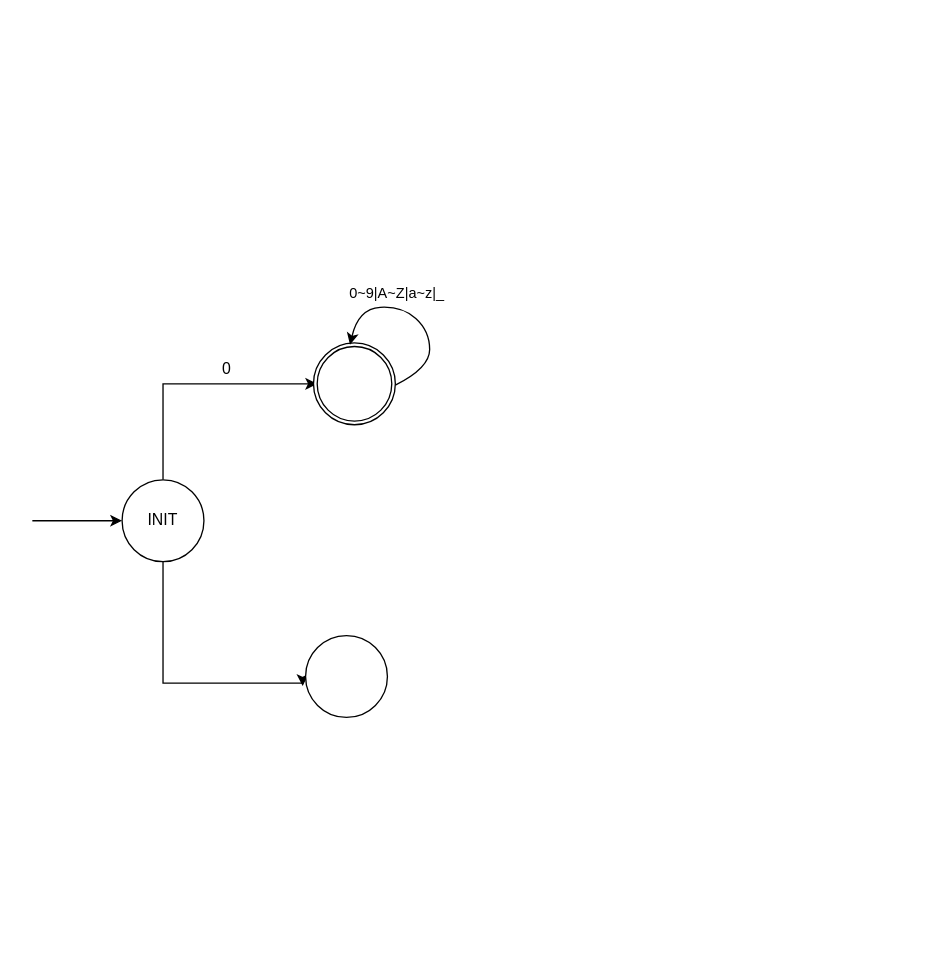
This is 整数和浮点数.drawio from ZYNsama666/BackUp, a draw.io file, before an edit. Source tidied: cells renumbered, new cells numbered last; positions are measured from the earlier drawing's top-left corner, leaving out a move shared by most shapes. Both pictures are drawn from the tidied source at 132%, with x=0, y=0 at pixel (32, 305).
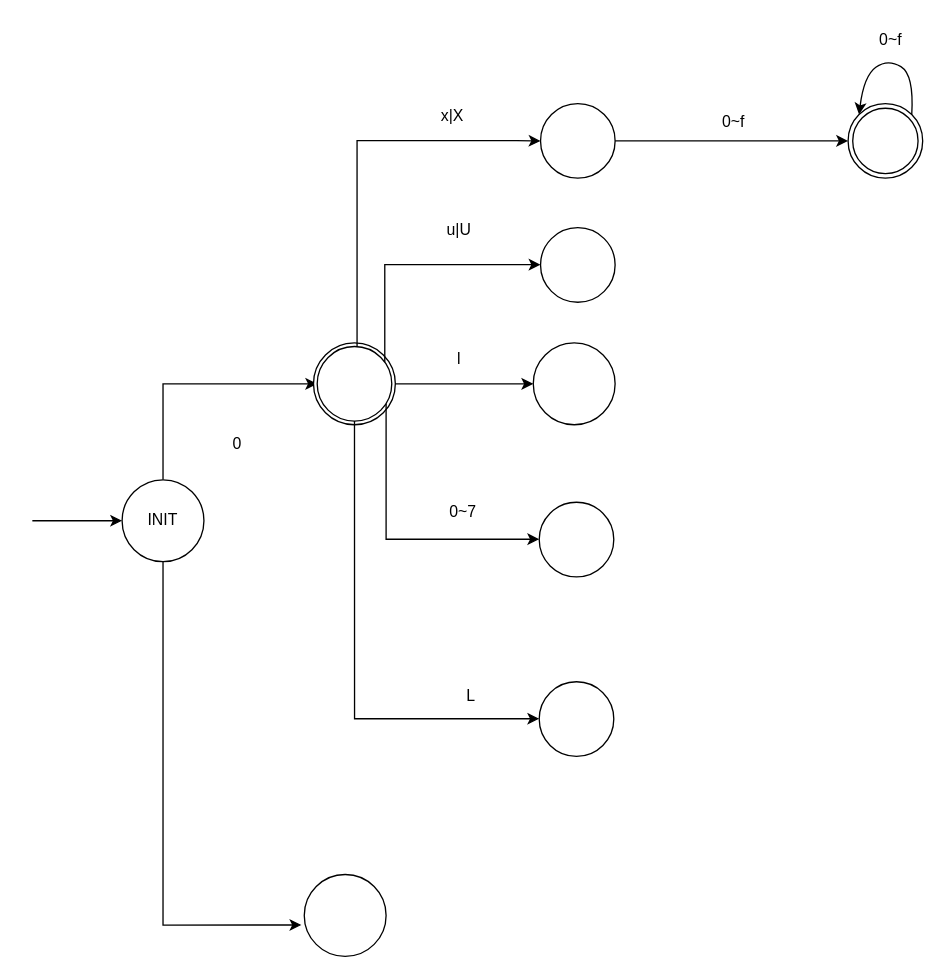
Above is the later version.

Commit message (it also covers changes not shown here):
更新整数和浮点数.drawio

Unchanged cells that the change refers to:
```xml
<mxCell id="4" value="INIT" style="ellipse;whiteSpace=wrap;html=1;" parent="1" vertex="1">
  <mxGeometry x="68" y="132" width="62" height="62" as="geometry" />
</mxCell>
<mxCell id="5" value="1" style="ellipse;whiteSpace=wrap;html=1;" parent="1" vertex="1">
  <mxGeometry x="213" y="28.3" width="62" height="62" as="geometry" />
</mxCell>
<mxCell id="10" style="ellipse;whiteSpace=wrap;html=1;" parent="1" vertex="1">
  <mxGeometry x="215.8" y="31" width="56.5" height="56.5" as="geometry" />
</mxCell>
```

Diff of the diagram source:
```diff
@@
     <mxCell id="2" style="edgeStyle=orthogonalEdgeStyle;rounded=0;jettySize=auto;html=1;entryX=-0.035;entryY=0.617;entryDx=0;entryDy=0;entryPerimeter=0;" parent="1" edge="1" source="4" target="11">
       <mxGeometry relative="1" as="geometry">
         <Array as="points">
-          <mxPoint x="99" y="286" />
-          <mxPoint x="205" y="286" />
+          <mxPoint x="99" y="469" />
         </Array>
       </mxGeometry>
     </mxCell>
@@
+    <mxCell id="12" style="edgeStyle=orthogonalEdgeStyle;rounded=0;jettySize=auto;html=1;" parent="1" edge="1" source="5" target="20">
+      <mxGeometry relative="1" as="geometry" />
+    </mxCell>
@@
     <mxCell id="7" value="0" style="text;html=1;align=center;verticalAlign=middle;strokeColor=none;fillColor=none;" parent="1" vertex="1">
-      <mxGeometry x="134" y="35" width="25" height="26" as="geometry" />
+      <mxGeometry x="142" y="92" width="25" height="26" as="geometry" />
     </mxCell>
-    <mxCell id="8" style="curved=1;endArrow=classic;html=1;rounded=0;entryX=0.446;entryY=0.022;entryDx=0;entryDy=0;entryPerimeter=0;" parent="1" edge="1" target="5">
-      <mxGeometry relative="1" as="geometry">
-        <mxPoint x="275" y="60.3" as="sourcePoint" />
-        <Array as="points">
-          <mxPoint x="301" y="47.3" />
-          <mxPoint x="301" y="19.3" />
-          <mxPoint x="280" y="0.3" />
-          <mxPoint x="247" y="2.3" />
-        </Array>
-      </mxGeometry>
-    </mxCell>
-    <mxCell id="9" value="0~9|A~Z|a~z|_" style="edgeLabel;html=1;align=center;verticalAlign=middle;" parent="8" vertex="1">
-      <mxGeometry x="0.32" y="-2" relative="1" as="geometry">
-        <mxPoint x="7" y="-9" as="offset" />
-      </mxGeometry>
-    </mxCell>
+    <mxCell id="13" style="edgeStyle=orthogonalEdgeStyle;rounded=0;jettySize=auto;html=1;entryX=0;entryY=0.5;entryDx=0;entryDy=0;" parent="1" edge="1" source="10" target="18">
+      <mxGeometry relative="1" as="geometry">
+        <Array as="points">
+          <mxPoint x="246" y="-125" />
+          <mxPoint x="367" y="-125" />
+        </Array>
+      </mxGeometry>
+    </mxCell>
+    <mxCell id="14" style="edgeStyle=orthogonalEdgeStyle;rounded=0;jettySize=auto;html=1;" parent="1" edge="1" source="10" target="19">
+      <mxGeometry relative="1" as="geometry">
+        <Array as="points">
+          <mxPoint x="267" y="-31" />
+        </Array>
+      </mxGeometry>
+    </mxCell>
+    <mxCell id="15" style="edgeStyle=orthogonalEdgeStyle;rounded=0;jettySize=auto;html=1;" parent="1" edge="1" source="10" target="21">
+      <mxGeometry relative="1" as="geometry">
+        <Array as="points">
+          <mxPoint x="268" y="177" />
+        </Array>
+      </mxGeometry>
+    </mxCell>
+    <mxCell id="16" style="edgeStyle=orthogonalEdgeStyle;rounded=0;jettySize=auto;html=1;" parent="1" edge="1" source="10" target="22">
+      <mxGeometry relative="1" as="geometry">
+        <Array as="points">
+          <mxPoint x="244" y="313" />
+        </Array>
+      </mxGeometry>
+    </mxCell>
@@
     <mxCell id="11" style="ellipse;whiteSpace=wrap;html=1;" parent="1" vertex="1">
-      <mxGeometry x="207" y="250" width="62" height="62" as="geometry" />
+      <mxGeometry x="206" y="431" width="62" height="62" as="geometry" />
     </mxCell>
+    <mxCell id="17" style="edgeStyle=orthogonalEdgeStyle;rounded=0;jettySize=auto;html=1;" parent="1" edge="1" source="18" target="28">
+      <mxGeometry relative="1" as="geometry" />
+    </mxCell>
+    <mxCell id="18" style="ellipse;whiteSpace=wrap;html=1;" parent="1" vertex="1">
+      <mxGeometry x="385" y="-153" width="56.5" height="56.5" as="geometry" />
+    </mxCell>
+    <mxCell id="19" style="ellipse;whiteSpace=wrap;html=1;" parent="1" vertex="1">
+      <mxGeometry x="385" y="-59" width="56.5" height="56.5" as="geometry" />
+    </mxCell>
+    <mxCell id="20" style="ellipse;whiteSpace=wrap;html=1;" parent="1" vertex="1">
+      <mxGeometry x="379.5" y="28.3" width="62" height="62" as="geometry" />
+    </mxCell>
+    <mxCell id="21" style="ellipse;whiteSpace=wrap;html=1;" parent="1" vertex="1">
+      <mxGeometry x="384" y="149" width="56.5" height="56.5" as="geometry" />
+    </mxCell>
+    <mxCell id="22" style="ellipse;whiteSpace=wrap;html=1;" parent="1" vertex="1">
+      <mxGeometry x="384" y="285" width="56.5" height="56.5" as="geometry" />
+    </mxCell>
+    <mxCell id="23" value="x|X" style="text;html=1;align=center;verticalAlign=middle;strokeColor=none;fillColor=none;" parent="1" vertex="1">
+      <mxGeometry x="300" y="-156" width="35" height="26" as="geometry" />
+    </mxCell>
+    <mxCell id="24" value="u|U" style="text;html=1;align=center;verticalAlign=middle;strokeColor=none;fillColor=none;" parent="1" vertex="1">
+      <mxGeometry x="305" y="-70" width="36" height="26" as="geometry" />
+    </mxCell>
+    <mxCell id="25" value="l" style="text;html=1;align=center;verticalAlign=middle;strokeColor=none;fillColor=none;" parent="1" vertex="1">
+      <mxGeometry x="312.5" y="28.3" width="21" height="26" as="geometry" />
+    </mxCell>
+    <mxCell id="26" value="0~7" style="text;html=1;align=center;verticalAlign=middle;strokeColor=none;fillColor=none;" parent="1" vertex="1">
+      <mxGeometry x="307" y="144" width="38" height="26" as="geometry" />
+    </mxCell>
+    <mxCell id="27" value="L" style="text;html=1;align=center;verticalAlign=middle;strokeColor=none;fillColor=none;" parent="1" vertex="1">
+      <mxGeometry x="319" y="283" width="25" height="26" as="geometry" />
+    </mxCell>
+    <mxCell id="28" style="ellipse;whiteSpace=wrap;html=1;" parent="1" vertex="1">
+      <mxGeometry x="618" y="-153" width="56.5" height="56.5" as="geometry" />
+    </mxCell>
+    <mxCell id="29" style="ellipse;whiteSpace=wrap;html=1;" parent="1" vertex="1">
+      <mxGeometry x="621.5" y="-149.5" width="49.5" height="49.5" as="geometry" />
+    </mxCell>
+    <mxCell id="30" value="0~f" style="text;html=1;align=center;verticalAlign=middle;strokeColor=none;fillColor=none;" parent="1" vertex="1">
+      <mxGeometry x="513" y="-152" width="35" height="26" as="geometry" />
+    </mxCell>
+    <mxCell id="31" style="curved=1;endArrow=classic;html=1;rounded=0;exitX=1;exitY=0;exitDx=0;exitDy=0;entryX=0;entryY=0;entryDx=0;entryDy=0;" parent="1" edge="1" source="28" target="28">
+      <mxGeometry relative="1" as="geometry">
+        <Array as="points">
+          <mxPoint x="668" y="-175" />
+          <mxPoint x="648" y="-187" />
+          <mxPoint x="630" y="-174" />
+        </Array>
+      </mxGeometry>
+    </mxCell>
+    <mxCell id="32" value="0~f" style="text;html=1;align=center;verticalAlign=middle;strokeColor=none;fillColor=none;" parent="1" vertex="1">
+      <mxGeometry x="632" y="-214" width="35" height="26" as="geometry" />
+    </mxCell>
```
